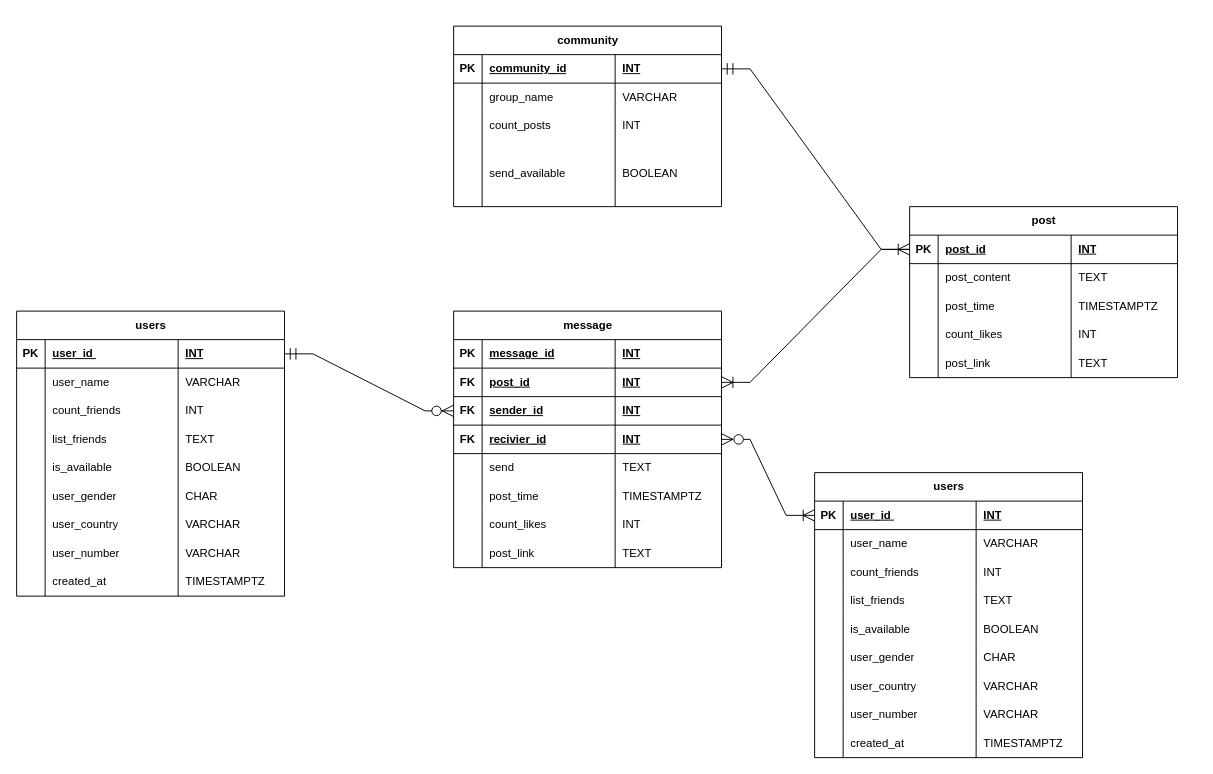
This is Untitled Diagram.drawio from Giuzal/VK_post, a draw.io file, before an edit. Source tidied: cells renumbered, new cells numbered last; positions are measured from the earlier drawing's top-left corner, leaving out a move shared by most shapes. Both pictures are drawn from the tidied source at 95%, with x=0, y=0 at pixel (16, 26).
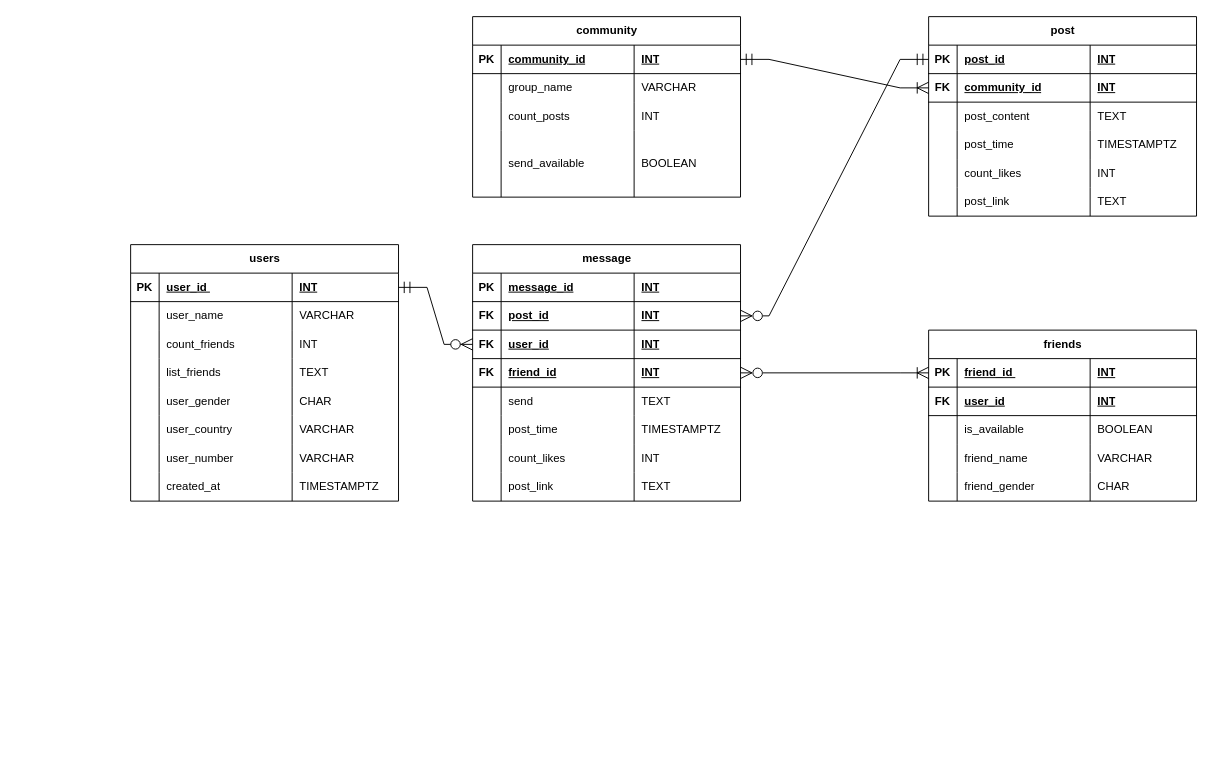
The same page after the edit.

Unchanged cells that the change refers to:
```xml
<mxCell id="40" style="shape=tableRow;horizontal=0;startSize=0;swimlaneHead=0;swimlaneBody=0;fillColor=none;points=[[0,0.5],[1,0.5]];portConstraint=eastwest;top=0;left=0;right=0;bottom=1;" parent="39" vertex="1">
  <mxGeometry y="30" width="282" height="30" as="geometry" />
</mxCell>
<mxCell id="57" style="shape=tableRow;horizontal=0;startSize=0;swimlaneHead=0;swimlaneBody=0;fillColor=none;points=[[0,0.5],[1,0.5]];portConstraint=eastwest;top=0;left=0;right=0;bottom=1;" parent="56" vertex="1">
  <mxGeometry y="30" width="282" height="30" as="geometry" />
</mxCell>
<mxCell id="82" style="shape=tableRow;horizontal=0;startSize=0;swimlaneHead=0;swimlaneBody=0;fillColor=none;points=[[0,0.5],[1,0.5]];portConstraint=eastwest;top=0;left=0;right=0;bottom=1;" parent="77" vertex="1">
  <mxGeometry y="60" width="282" height="30" as="geometry" />
</mxCell>
<mxCell id="86" style="shape=tableRow;horizontal=0;startSize=0;swimlaneHead=0;swimlaneBody=0;fillColor=none;points=[[0,0.5],[1,0.5]];portConstraint=eastwest;top=0;left=0;right=0;bottom=1;" parent="77" vertex="1">
  <mxGeometry y="90" width="282" height="30" as="geometry" />
</mxCell>
<mxCell id="90" style="shape=tableRow;horizontal=0;startSize=0;swimlaneHead=0;swimlaneBody=0;fillColor=none;points=[[0,0.5],[1,0.5]];portConstraint=eastwest;top=0;left=0;right=0;bottom=1;" parent="77" vertex="1">
  <mxGeometry y="120" width="282" height="30" as="geometry" />
</mxCell>
<mxCell id="114" style="shape=tableRow;horizontal=0;startSize=0;swimlaneHead=0;swimlaneBody=0;fillColor=none;points=[[0,0.5],[1,0.5]];portConstraint=eastwest;top=0;left=0;right=0;bottom=1;" parent="113" vertex="1">
  <mxGeometry y="30" width="282" height="30" as="geometry" />
</mxCell>
```

Diff of the diagram source:
```diff
@@
     <mxCell id="2" value="users" style="shape=table;startSize=30;childLayout=tableLayout;rowLines=0;fontStyle=1;align=center;html=1;" parent="1" vertex="1">
-      <mxGeometry y="300" width="282" height="300" as="geometry" />
+      <mxGeometry x="120" y="230" width="282" height="270" as="geometry" />
     </mxCell>
@@
-    <mxCell id="19" style="shape=tableRow;horizontal=0;startSize=0;swimlaneHead=0;swimlaneBody=0;fillColor=none;top=0;left=0;right=0;bottom=0;" parent="2" vertex="1">
-      <mxGeometry y="150" width="282" height="30" as="geometry" />
-    </mxCell>
-    <mxCell id="20" style="shape=partialRectangle;fillColor=none;top=0;left=0;bottom=0;right=0;overflow=hidden;whiteSpace=wrap;html=1;" parent="19" vertex="1">
-      <mxGeometry width="30" height="30" as="geometry" />
-    </mxCell>
-    <mxCell id="21" value="is_available" style="shape=partialRectangle;fillColor=none;top=0;left=0;bottom=0;right=0;align=left;spacingLeft=6;overflow=hidden;whiteSpace=wrap;html=1;" parent="19" vertex="1">
-      <mxGeometry x="30" width="140" height="30" as="geometry" />
-    </mxCell>
-    <mxCell id="22" value="BOOLEAN" style="shape=partialRectangle;fillColor=none;top=0;left=0;bottom=0;right=0;align=left;spacingLeft=6;overflow=hidden;whiteSpace=wrap;html=1;" parent="19" vertex="1">
-      <mxGeometry x="170" width="112" height="30" as="geometry" />
-    </mxCell>
     <mxCell id="23" style="shape=tableRow;horizontal=0;startSize=0;swimlaneHead=0;swimlaneBody=0;fillColor=none;top=0;left=0;right=0;bottom=0;" parent="2" vertex="1">
-      <mxGeometry y="180" width="282" height="30" as="geometry" />
+      <mxGeometry y="150" width="282" height="30" as="geometry" />
     </mxCell>
@@
     <mxCell id="27" style="shape=tableRow;horizontal=0;startSize=0;swimlaneHead=0;swimlaneBody=0;fillColor=none;top=0;left=0;right=0;bottom=0;" parent="2" vertex="1">
-      <mxGeometry y="210" width="282" height="30" as="geometry" />
+      <mxGeometry y="180" width="282" height="30" as="geometry" />
     </mxCell>
@@
     <mxCell id="31" style="shape=tableRow;horizontal=0;startSize=0;swimlaneHead=0;swimlaneBody=0;fillColor=none;top=0;left=0;right=0;bottom=0;" parent="2" vertex="1">
-      <mxGeometry y="240" width="282" height="30" as="geometry" />
+      <mxGeometry y="210" width="282" height="30" as="geometry" />
     </mxCell>
@@
     <mxCell id="35" style="shape=tableRow;horizontal=0;startSize=0;swimlaneHead=0;swimlaneBody=0;fillColor=none;top=0;left=0;right=0;bottom=0;" parent="2" vertex="1">
-      <mxGeometry y="270" width="282" height="30" as="geometry" />
+      <mxGeometry y="240" width="282" height="30" as="geometry" />
     </mxCell>
@@
     <mxCell id="39" value="community" style="shape=table;startSize=30;childLayout=tableLayout;rowLines=0;fontStyle=1;align=center;html=1;" parent="1" vertex="1">
-      <mxGeometry x="460" width="282" height="190" as="geometry" />
+      <mxGeometry x="480" y="-10" width="282" height="190" as="geometry" />
     </mxCell>
@@
     <mxCell id="56" value="post" style="shape=table;startSize=30;childLayout=tableLayout;rowLines=0;fontStyle=1;align=center;html=1;" parent="1" vertex="1">
-      <mxGeometry x="940" y="190" width="282" height="180" as="geometry" />
+      <mxGeometry x="960" y="-10" width="282" height="210" as="geometry" />
     </mxCell>
@@
+    <mxCell id="151" style="shape=tableRow;horizontal=0;startSize=0;swimlaneHead=0;swimlaneBody=0;fillColor=none;points=[[0,0.5],[1,0.5]];portConstraint=eastwest;top=0;left=0;right=0;bottom=1;" parent="56" vertex="1">
+      <mxGeometry y="60" width="282" height="30" as="geometry" />
+    </mxCell>
+    <mxCell id="152" value="FK" style="shape=partialRectangle;fillColor=none;top=0;left=0;bottom=0;right=0;fontStyle=1;overflow=hidden;whiteSpace=wrap;html=1;" parent="151" vertex="1">
+      <mxGeometry width="30" height="30" as="geometry" />
+    </mxCell>
+    <mxCell id="153" value="community_id" style="shape=partialRectangle;fillColor=none;top=0;left=0;bottom=0;right=0;align=left;spacingLeft=6;fontStyle=5;overflow=hidden;whiteSpace=wrap;html=1;" parent="151" vertex="1">
+      <mxGeometry x="30" width="140" height="30" as="geometry" />
+    </mxCell>
+    <mxCell id="154" value="INT" style="shape=partialRectangle;fillColor=none;top=0;left=0;bottom=0;right=0;align=left;spacingLeft=6;fontStyle=5;overflow=hidden;whiteSpace=wrap;html=1;" parent="151" vertex="1">
+      <mxGeometry x="170" width="112" height="30" as="geometry" />
+    </mxCell>
     <mxCell id="61" style="shape=tableRow;horizontal=0;startSize=0;swimlaneHead=0;swimlaneBody=0;fillColor=none;top=0;left=0;right=0;bottom=0;" parent="56" vertex="1">
-      <mxGeometry y="60" width="282" height="30" as="geometry" />
+      <mxGeometry y="90" width="282" height="30" as="geometry" />
     </mxCell>
@@
     <mxCell id="65" style="shape=tableRow;horizontal=0;startSize=0;swimlaneHead=0;swimlaneBody=0;fillColor=none;top=0;left=0;right=0;bottom=0;" parent="56" vertex="1">
-      <mxGeometry y="90" width="282" height="30" as="geometry" />
+      <mxGeometry y="120" width="282" height="30" as="geometry" />
     </mxCell>
@@
     <mxCell id="69" style="shape=tableRow;horizontal=0;startSize=0;swimlaneHead=0;swimlaneBody=0;fillColor=none;top=0;left=0;right=0;bottom=0;" parent="56" vertex="1">
-      <mxGeometry y="120" width="282" height="30" as="geometry" />
+      <mxGeometry y="150" width="282" height="30" as="geometry" />
     </mxCell>
@@
     <mxCell id="73" style="shape=tableRow;horizontal=0;startSize=0;swimlaneHead=0;swimlaneBody=0;fillColor=none;top=0;left=0;right=0;bottom=0;" parent="56" vertex="1">
-      <mxGeometry y="150" width="282" height="30" as="geometry" />
+      <mxGeometry y="180" width="282" height="30" as="geometry" />
     </mxCell>
@@
     <mxCell id="77" value="message" style="shape=table;startSize=30;childLayout=tableLayout;rowLines=0;fontStyle=1;align=center;html=1;" parent="1" vertex="1">
-      <mxGeometry x="460" y="300" width="282" height="270" as="geometry" />
+      <mxGeometry x="480" y="230" width="282" height="270" as="geometry" />
     </mxCell>
@@
-    <mxCell id="88" value="sender_id" style="shape=partialRectangle;fillColor=none;top=0;left=0;bottom=0;right=0;align=left;spacingLeft=6;fontStyle=5;overflow=hidden;whiteSpace=wrap;html=1;" parent="86" vertex="1">
+    <mxCell id="88" value="user_id" style="shape=partialRectangle;fillColor=none;top=0;left=0;bottom=0;right=0;align=left;spacingLeft=6;fontStyle=5;overflow=hidden;whiteSpace=wrap;html=1;" parent="86" vertex="1">
       <mxGeometry x="30" width="140" height="30" as="geometry" />
     </mxCell>
@@
-    <mxCell id="92" value="recivier_id" style="shape=partialRectangle;fillColor=none;top=0;left=0;bottom=0;right=0;align=left;spacingLeft=6;fontStyle=5;overflow=hidden;whiteSpace=wrap;html=1;" parent="90" vertex="1">
+    <mxCell id="92" value="friend_id" style="shape=partialRectangle;fillColor=none;top=0;left=0;bottom=0;right=0;align=left;spacingLeft=6;fontStyle=5;overflow=hidden;whiteSpace=wrap;html=1;" parent="90" vertex="1">
       <mxGeometry x="30" width="140" height="30" as="geometry" />
     </mxCell>
@@
-    <mxCell id="110" style="edgeStyle=entityRelationEdgeStyle;fontSize=12;html=1;endArrow=ERoneToMany;startArrow=ERmandOne;rounded=0;exitX=1;exitY=0.5;exitDx=0;exitDy=0;entryX=0;entryY=0.5;entryDx=0;entryDy=0;endSize=10;startSize=10;startFill=0;endFill=0;" parent="1" edge="1" source="40" target="57">
+    <mxCell id="110" style="edgeStyle=entityRelationEdgeStyle;fontSize=12;html=1;endArrow=ERoneToMany;startArrow=ERmandOne;rounded=0;exitX=1;exitY=0.5;exitDx=0;exitDy=0;entryX=0;entryY=0.5;entryDx=0;entryDy=0;endSize=10;startSize=10;startFill=0;endFill=0;" parent="1" edge="1" source="40" target="151">
       <mxGeometry relative="1" as="geometry">
         <Array as="points">
           <mxPoint x="660" y="460" />
+          <mxPoint x="940" y="260" />
+          <mxPoint x="930" y="260" />
         </Array>
       </mxGeometry>
     </mxCell>
-    <mxCell id="111" style="edgeStyle=entityRelationEdgeStyle;fontSize=12;html=1;endArrow=ERoneToMany;rounded=0;entryX=1;entryY=0.5;entryDx=0;entryDy=0;exitX=0;exitY=0.5;exitDx=0;exitDy=0;endSize=10;startSize=10;endFill=0;" parent="1" edge="1" source="57" target="82">
-      <mxGeometry relative="1" as="geometry">
-        <Array as="points">
-          <mxPoint x="790" y="320" />
-        </Array>
-      </mxGeometry>
-    </mxCell>
@@
-    <mxCell id="113" value="users" style="shape=table;startSize=30;childLayout=tableLayout;rowLines=0;fontStyle=1;align=center;html=1;" parent="1" vertex="1">
-      <mxGeometry x="840" y="470" width="282" height="300" as="geometry" />
+    <mxCell id="113" value="friends" style="shape=table;startSize=30;childLayout=tableLayout;rowLines=0;fontStyle=1;align=center;html=1;" parent="1" vertex="1">
+      <mxGeometry x="960" y="320" width="282" height="180" as="geometry" />
     </mxCell>
@@
-    <mxCell id="116" value="user_id&amp;nbsp;" style="shape=partialRectangle;fillColor=none;top=0;left=0;bottom=0;right=0;align=left;spacingLeft=6;fontStyle=5;overflow=hidden;whiteSpace=wrap;html=1;" parent="114" vertex="1">
+    <mxCell id="116" value="friend_id&amp;nbsp;" style="shape=partialRectangle;fillColor=none;top=0;left=0;bottom=0;right=0;align=left;spacingLeft=6;fontStyle=5;overflow=hidden;whiteSpace=wrap;html=1;" parent="114" vertex="1">
       <mxGeometry x="30" width="140" height="30" as="geometry" />
     </mxCell>
@@
-    <mxCell id="118" style="shape=tableRow;horizontal=0;startSize=0;swimlaneHead=0;swimlaneBody=0;fillColor=none;top=0;left=0;right=0;bottom=0;" parent="113" vertex="1">
-      <mxGeometry y="60" width="282" height="30" as="geometry" />
-    </mxCell>
-    <mxCell id="119" style="shape=partialRectangle;fillColor=none;top=0;left=0;bottom=0;right=0;overflow=hidden;whiteSpace=wrap;html=1;" parent="118" vertex="1">
-      <mxGeometry width="30" height="30" as="geometry" />
-    </mxCell>
-    <mxCell id="120" value="user_name" style="shape=partialRectangle;fillColor=none;top=0;left=0;bottom=0;right=0;align=left;spacingLeft=6;overflow=hidden;whiteSpace=wrap;html=1;" parent="118" vertex="1">
-      <mxGeometry x="30" width="140" height="30" as="geometry" />
-    </mxCell>
-    <mxCell id="121" value="VARCHAR" style="shape=partialRectangle;fillColor=none;top=0;left=0;bottom=0;right=0;align=left;spacingLeft=6;overflow=hidden;whiteSpace=wrap;html=1;" parent="118" vertex="1">
-      <mxGeometry x="170" width="112" height="30" as="geometry" />
-    </mxCell>
-    <mxCell id="122" style="shape=tableRow;horizontal=0;startSize=0;swimlaneHead=0;swimlaneBody=0;fillColor=none;top=0;left=0;right=0;bottom=0;" parent="113" vertex="1">
-      <mxGeometry y="90" width="282" height="30" as="geometry" />
-    </mxCell>
-    <mxCell id="123" style="shape=partialRectangle;fillColor=none;top=0;left=0;bottom=0;right=0;overflow=hidden;whiteSpace=wrap;html=1;" parent="122" vertex="1">
-      <mxGeometry width="30" height="30" as="geometry" />
-    </mxCell>
-    <mxCell id="124" value="count_friends" style="shape=partialRectangle;fillColor=none;top=0;left=0;bottom=0;right=0;align=left;spacingLeft=6;overflow=hidden;whiteSpace=wrap;html=1;" parent="122" vertex="1">
-      <mxGeometry x="30" width="140" height="30" as="geometry" />
-    </mxCell>
-    <mxCell id="125" value="INT" style="shape=partialRectangle;fillColor=none;top=0;left=0;bottom=0;right=0;align=left;spacingLeft=6;overflow=hidden;whiteSpace=wrap;html=1;" parent="122" vertex="1">
-      <mxGeometry x="170" width="112" height="30" as="geometry" />
-    </mxCell>
-    <mxCell id="126" style="shape=tableRow;horizontal=0;startSize=0;swimlaneHead=0;swimlaneBody=0;fillColor=none;top=0;left=0;right=0;bottom=0;" parent="113" vertex="1">
-      <mxGeometry y="120" width="282" height="30" as="geometry" />
-    </mxCell>
-    <mxCell id="127" style="shape=partialRectangle;fillColor=none;top=0;left=0;bottom=0;right=0;overflow=hidden;whiteSpace=wrap;html=1;" parent="126" vertex="1">
-      <mxGeometry width="30" height="30" as="geometry" />
-    </mxCell>
-    <mxCell id="128" value="list_friends" style="shape=partialRectangle;fillColor=none;top=0;left=0;bottom=0;right=0;align=left;spacingLeft=6;overflow=hidden;whiteSpace=wrap;html=1;" parent="126" vertex="1">
-      <mxGeometry x="30" width="140" height="30" as="geometry" />
-    </mxCell>
-    <mxCell id="129" value="TEXT" style="shape=partialRectangle;fillColor=none;top=0;left=0;bottom=0;right=0;align=left;spacingLeft=6;overflow=hidden;whiteSpace=wrap;html=1;" parent="126" vertex="1">
-      <mxGeometry x="170" width="112" height="30" as="geometry" />
-    </mxCell>
+    <mxCell id="155" style="shape=tableRow;horizontal=0;startSize=0;swimlaneHead=0;swimlaneBody=0;fillColor=none;top=0;left=0;right=0;bottom=1;" parent="113" vertex="1">
+      <mxGeometry y="60" width="282" height="30" as="geometry" />
+    </mxCell>
+    <mxCell id="156" value="FK" style="shape=partialRectangle;fillColor=none;top=0;left=0;bottom=0;right=0;fontStyle=1;overflow=hidden;whiteSpace=wrap;html=1;" parent="155" vertex="1">
+      <mxGeometry width="30" height="30" as="geometry" />
+    </mxCell>
+    <mxCell id="157" value="user_id" style="shape=partialRectangle;fillColor=none;top=0;left=0;bottom=0;right=0;align=left;spacingLeft=6;fontStyle=5;overflow=hidden;whiteSpace=wrap;html=1;" parent="155" vertex="1">
+      <mxGeometry x="30" width="140" height="30" as="geometry" />
+    </mxCell>
+    <mxCell id="158" value="INT" style="shape=partialRectangle;fillColor=none;top=0;left=0;bottom=0;right=0;align=left;spacingLeft=6;fontStyle=5;overflow=hidden;whiteSpace=wrap;html=1;" parent="155" vertex="1">
+      <mxGeometry x="170" width="112" height="30" as="geometry" />
+    </mxCell>
     <mxCell id="130" style="shape=tableRow;horizontal=0;startSize=0;swimlaneHead=0;swimlaneBody=0;fillColor=none;top=0;left=0;right=0;bottom=0;" parent="113" vertex="1">
-      <mxGeometry y="150" width="282" height="30" as="geometry" />
+      <mxGeometry y="90" width="282" height="30" as="geometry" />
     </mxCell>
@@
     <mxCell id="134" style="shape=tableRow;horizontal=0;startSize=0;swimlaneHead=0;swimlaneBody=0;fillColor=none;top=0;left=0;right=0;bottom=0;" parent="113" vertex="1">
-      <mxGeometry y="180" width="282" height="30" as="geometry" />
+      <mxGeometry y="120" width="282" height="30" as="geometry" />
     </mxCell>
@@
-    <mxCell id="136" value="user_gender" style="shape=partialRectangle;fillColor=none;top=0;left=0;bottom=0;right=0;align=left;spacingLeft=6;overflow=hidden;whiteSpace=wrap;html=1;" parent="134" vertex="1">
+    <mxCell id="136" value="friend_name" style="shape=partialRectangle;fillColor=none;top=0;left=0;bottom=0;right=0;align=left;spacingLeft=6;overflow=hidden;whiteSpace=wrap;html=1;" parent="134" vertex="1">
       <mxGeometry x="30" width="140" height="30" as="geometry" />
     </mxCell>
-    <mxCell id="137" value="CHAR" style="shape=partialRectangle;fillColor=none;top=0;left=0;bottom=0;right=0;align=left;spacingLeft=6;overflow=hidden;whiteSpace=wrap;html=1;" parent="134" vertex="1">
+    <mxCell id="137" value="VARCHAR" style="shape=partialRectangle;fillColor=none;top=0;left=0;bottom=0;right=0;align=left;spacingLeft=6;overflow=hidden;whiteSpace=wrap;html=1;" parent="134" vertex="1">
       <mxGeometry x="170" width="112" height="30" as="geometry" />
     </mxCell>
     <mxCell id="138" style="shape=tableRow;horizontal=0;startSize=0;swimlaneHead=0;swimlaneBody=0;fillColor=none;top=0;left=0;right=0;bottom=0;" parent="113" vertex="1">
-      <mxGeometry y="210" width="282" height="30" as="geometry" />
+      <mxGeometry y="150" width="282" height="30" as="geometry" />
     </mxCell>
@@
-    <mxCell id="140" value="user_country" style="shape=partialRectangle;fillColor=none;top=0;left=0;bottom=0;right=0;align=left;spacingLeft=6;overflow=hidden;whiteSpace=wrap;html=1;" parent="138" vertex="1">
+    <mxCell id="140" value="friend_gender" style="shape=partialRectangle;fillColor=none;top=0;left=0;bottom=0;right=0;align=left;spacingLeft=6;overflow=hidden;whiteSpace=wrap;html=1;" parent="138" vertex="1">
       <mxGeometry x="30" width="140" height="30" as="geometry" />
     </mxCell>
-    <mxCell id="141" value="VARCHAR" style="shape=partialRectangle;fillColor=none;top=0;left=0;bottom=0;right=0;align=left;spacingLeft=6;overflow=hidden;whiteSpace=wrap;html=1;" parent="138" vertex="1">
+    <mxCell id="141" value="CHAR" style="shape=partialRectangle;fillColor=none;top=0;left=0;bottom=0;right=0;align=left;spacingLeft=6;overflow=hidden;whiteSpace=wrap;html=1;" parent="138" vertex="1">
       <mxGeometry x="170" width="112" height="30" as="geometry" />
     </mxCell>
-    <mxCell id="142" style="shape=tableRow;horizontal=0;startSize=0;swimlaneHead=0;swimlaneBody=0;fillColor=none;top=0;left=0;right=0;bottom=0;" parent="113" vertex="1">
-      <mxGeometry y="240" width="282" height="30" as="geometry" />
-    </mxCell>
-    <mxCell id="143" style="shape=partialRectangle;fillColor=none;top=0;left=0;bottom=0;right=0;overflow=hidden;whiteSpace=wrap;html=1;" parent="142" vertex="1">
-      <mxGeometry width="30" height="30" as="geometry" />
-    </mxCell>
-    <mxCell id="144" value="user_number" style="shape=partialRectangle;fillColor=none;top=0;left=0;bottom=0;right=0;align=left;spacingLeft=6;overflow=hidden;whiteSpace=wrap;html=1;" parent="142" vertex="1">
-      <mxGeometry x="30" width="140" height="30" as="geometry" />
-    </mxCell>
-    <mxCell id="145" value="VARCHAR" style="shape=partialRectangle;fillColor=none;top=0;left=0;bottom=0;right=0;align=left;spacingLeft=6;overflow=hidden;whiteSpace=wrap;html=1;" parent="142" vertex="1">
-      <mxGeometry x="170" width="112" height="30" as="geometry" />
-    </mxCell>
-    <mxCell id="146" style="shape=tableRow;horizontal=0;startSize=0;swimlaneHead=0;swimlaneBody=0;fillColor=none;top=0;left=0;right=0;bottom=0;" parent="113" vertex="1">
-      <mxGeometry y="270" width="282" height="30" as="geometry" />
-    </mxCell>
-    <mxCell id="147" style="shape=partialRectangle;fillColor=none;top=0;left=0;bottom=0;right=0;overflow=hidden;whiteSpace=wrap;html=1;" parent="146" vertex="1">
-      <mxGeometry width="30" height="30" as="geometry" />
-    </mxCell>
-    <mxCell id="148" value="created_at" style="shape=partialRectangle;fillColor=none;top=0;left=0;bottom=0;right=0;align=left;spacingLeft=6;overflow=hidden;whiteSpace=wrap;html=1;" parent="146" vertex="1">
-      <mxGeometry x="30" width="140" height="30" as="geometry" />
-    </mxCell>
-    <mxCell id="149" value="TIMESTAMPTZ" style="shape=partialRectangle;fillColor=none;top=0;left=0;bottom=0;right=0;align=left;spacingLeft=6;overflow=hidden;whiteSpace=wrap;html=1;" parent="146" vertex="1">
-      <mxGeometry x="170" width="112" height="30" as="geometry" />
-    </mxCell>
@@
+    <mxCell id="159" style="edgeStyle=entityRelationEdgeStyle;fontSize=12;html=1;endArrow=ERmandOne;startArrow=ERzeroToMany;rounded=0;exitX=1;exitY=0.5;exitDx=0;exitDy=0;entryX=0;entryY=0.5;entryDx=0;entryDy=0;endSize=10;startSize=10;startFill=0;endFill=0;" parent="1" edge="1" source="82" target="57">
+      <mxGeometry relative="1" as="geometry" />
+    </mxCell>
```
